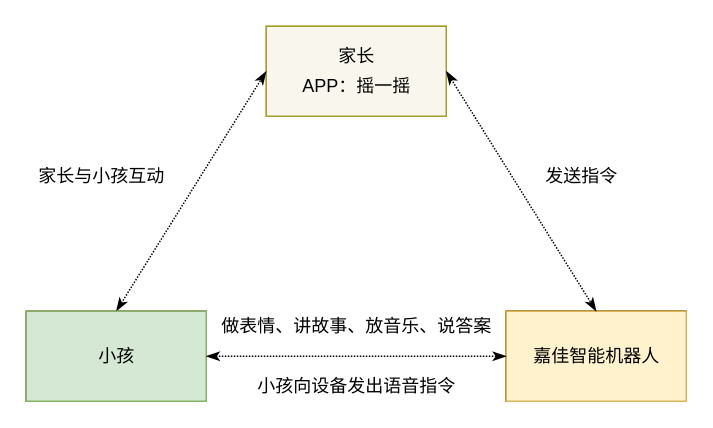
Earlier version of the draw.io diagram page "摇一摇互动示意图" (3 of 5) of jiajia.drawio (yangbe/diagrams). Source tidied: cells renumbered, new cells numbered last; positions are measured from the earlier drawing's top-left corner, leaving out a move shared by most shapes. Both pictures are drawn from the tidied source at 150%, with x=0, y=0 at pixel (26, 26).
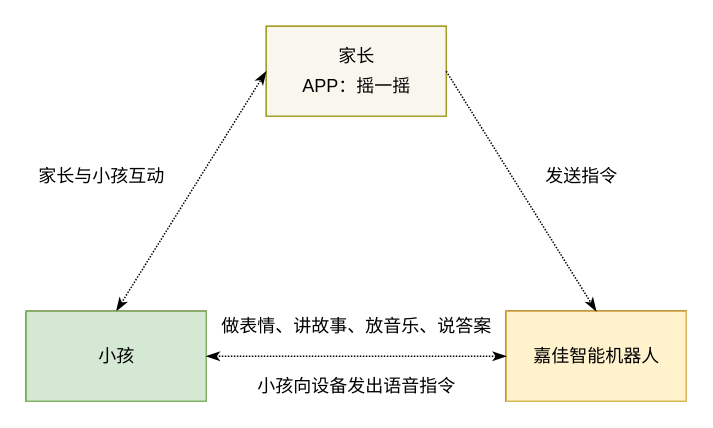
The same page after the edit.

The change refers to these unchanged cells:
```xml
<mxCell id="2" style="group;" parent="1" vertex="1">
  <mxGeometry width="440" height="250" as="geometry" />
</mxCell>
<mxCell id="4" style="rounded=0;whiteSpace=wrap;html=1;fillColor=#f9f7ed;strokeColor=#A39F2C;" parent="3" vertex="1">
  <mxGeometry width="120" height="60" as="geometry" />
</mxCell>
<mxCell id="13" style="rounded=0;whiteSpace=wrap;html=1;fillColor=#fff2cc;strokeColor=#d6b656;" parent="11" vertex="1">
  <mxGeometry width="120" height="60" as="geometry" />
</mxCell>
```

Change to the diagram source:
```diff
@@
-    <mxCell id="16" style="edgeStyle=none;rounded=0;jettySize=auto;html=1;exitX=1;exitY=0.5;exitDx=0;exitDy=0;entryX=0.5;entryY=0;entryDx=0;entryDy=0;dashed=1;dashPattern=1 1;startArrow=classicThin;startFill=1;endArrow=classicThin;endFill=1;" parent="2" edge="1" source="4" target="13">
+    <mxCell id="16" style="edgeStyle=none;rounded=0;jettySize=auto;html=1;exitX=1;exitY=0.5;exitDx=0;exitDy=0;entryX=0.5;entryY=0;entryDx=0;entryDy=0;dashed=1;dashPattern=1 1;startArrow=none;startFill=0;endArrow=classicThin;endFill=1;" parent="2" edge="1" source="4" target="13">
       <mxGeometry relative="1" as="geometry" />
     </mxCell>
```
